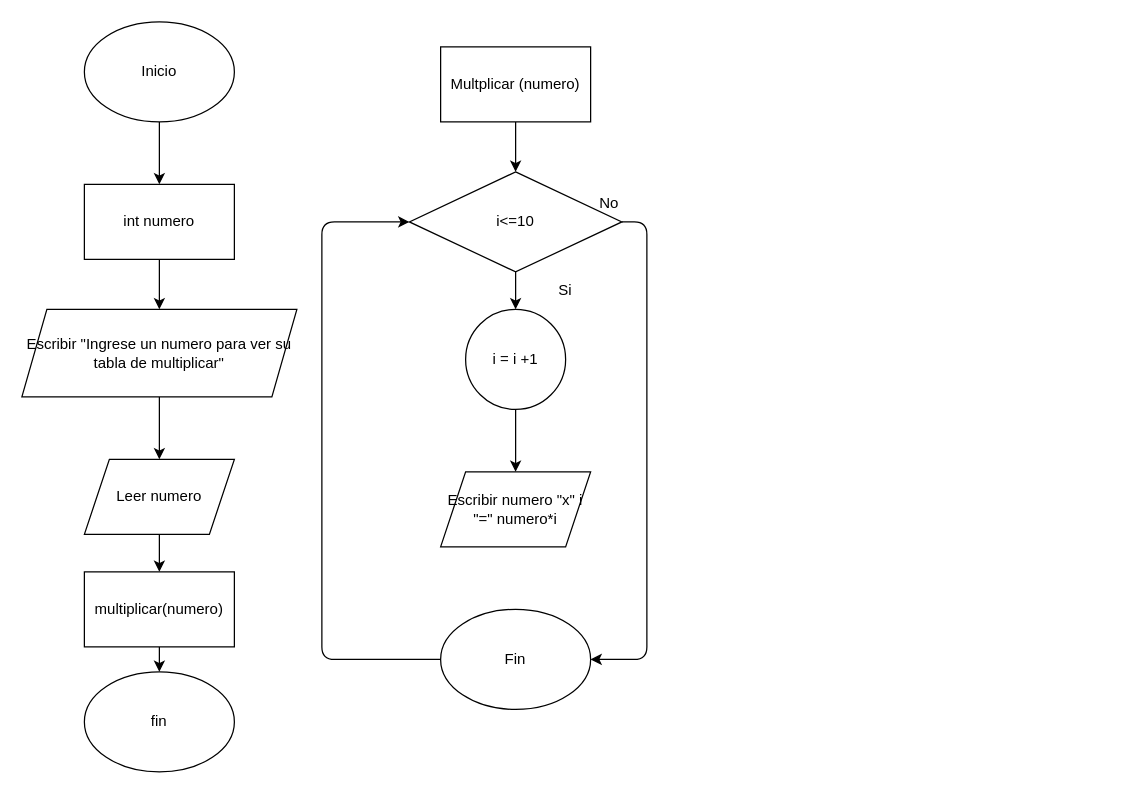
The draw.io diagram 1.Modelado_en_Orientado_a_Objetos/Paradigmas_Imperativos/Tablas_multiplicar/tablas.drawio in EmilioGomezBreschi/Poo_CUCEI, before the edit. Source tidied: cells renumbered, new cells numbered last; positions are measured from the earlier drawing's top-left corner, leaving out a move shared by most shapes. Both pictures are drawn from the tidied source at 125%, with x=0, y=0 at pixel (21, 21).
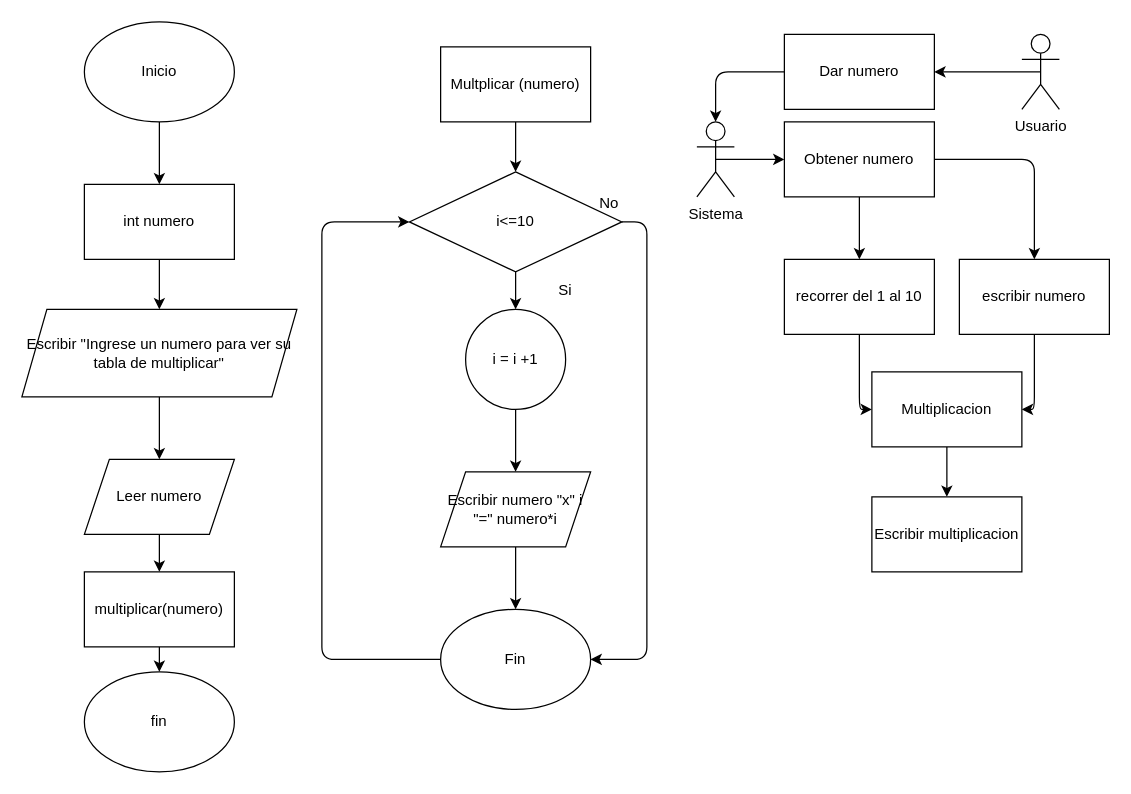
The same diagram, later.

The change refers to these unchanged cells:
```xml
<mxCell id="23" value="Fin" style="ellipse;whiteSpace=wrap;html=1;" parent="1" vertex="1">
  <mxGeometry x="335" y="470" width="120" height="80" as="geometry" />
</mxCell>
<mxCell id="24" value="Escribir numero &quot;x&quot; i &quot;=&quot; numero*i" style="shape=parallelogram;perimeter=parallelogramPerimeter;whiteSpace=wrap;html=1;fixedSize=1;" parent="1" vertex="1">
  <mxGeometry x="335" y="360" width="120" height="60" as="geometry" />
</mxCell>
```

What changed in the source:
```diff
@@
+    <mxCell id="25" style="edgeStyle=none;html=1;exitX=0.5;exitY=1;exitDx=0;exitDy=0;entryX=0.5;entryY=0;entryDx=0;entryDy=0;" parent="1" edge="1" source="24" target="23">
+      <mxGeometry relative="1" as="geometry" />
+    </mxCell>
@@
+    <mxCell id="26" style="edgeStyle=none;html=1;exitX=0.5;exitY=0.5;exitDx=0;exitDy=0;exitPerimeter=0;entryX=0;entryY=0.5;entryDx=0;entryDy=0;" parent="1" edge="1" source="27" target="30">
+      <mxGeometry relative="1" as="geometry" />
+    </mxCell>
+    <mxCell id="27" value="Sistema" style="shape=umlActor;verticalLabelPosition=bottom;verticalAlign=top;html=1;outlineConnect=0;" parent="1" vertex="1">
+      <mxGeometry x="540" y="80" width="30" height="60" as="geometry" />
+    </mxCell>
+    <mxCell id="28" style="edgeStyle=none;html=1;exitX=0.5;exitY=1;exitDx=0;exitDy=0;entryX=0.5;entryY=0;entryDx=0;entryDy=0;" parent="1" edge="1" source="30" target="32">
+      <mxGeometry relative="1" as="geometry" />
+    </mxCell>
+    <mxCell id="29" style="edgeStyle=none;html=1;exitX=1;exitY=0.5;exitDx=0;exitDy=0;entryX=0.5;entryY=0;entryDx=0;entryDy=0;" parent="1" edge="1" source="30" target="34">
+      <mxGeometry relative="1" as="geometry">
+        <Array as="points">
+          <mxPoint x="810" y="110" />
+        </Array>
+      </mxGeometry>
+    </mxCell>
+    <mxCell id="30" value="Obtener numero" style="rounded=0;whiteSpace=wrap;html=1;" parent="1" vertex="1">
+      <mxGeometry x="610" y="80" width="120" height="60" as="geometry" />
+    </mxCell>
+    <mxCell id="31" style="edgeStyle=none;html=1;exitX=0.5;exitY=1;exitDx=0;exitDy=0;entryX=0;entryY=0.5;entryDx=0;entryDy=0;" parent="1" edge="1" source="32" target="36">
+      <mxGeometry relative="1" as="geometry">
+        <Array as="points">
+          <mxPoint x="670" y="310" />
+        </Array>
+      </mxGeometry>
+    </mxCell>
+    <mxCell id="32" value="recorrer del 1 al 10" style="rounded=0;whiteSpace=wrap;html=1;" parent="1" vertex="1">
+      <mxGeometry x="610" y="190" width="120" height="60" as="geometry" />
+    </mxCell>
+    <mxCell id="33" style="edgeStyle=none;html=1;exitX=0.5;exitY=1;exitDx=0;exitDy=0;entryX=1;entryY=0.5;entryDx=0;entryDy=0;" parent="1" edge="1" source="34" target="36">
+      <mxGeometry relative="1" as="geometry">
+        <Array as="points">
+          <mxPoint x="810" y="310" />
+        </Array>
+      </mxGeometry>
+    </mxCell>
+    <mxCell id="34" value="escribir numero" style="rounded=0;whiteSpace=wrap;html=1;" parent="1" vertex="1">
+      <mxGeometry x="750" y="190" width="120" height="60" as="geometry" />
+    </mxCell>
+    <mxCell id="35" style="edgeStyle=none;html=1;exitX=0.5;exitY=1;exitDx=0;exitDy=0;entryX=0.5;entryY=0;entryDx=0;entryDy=0;" parent="1" edge="1" source="36" target="37">
+      <mxGeometry relative="1" as="geometry" />
+    </mxCell>
+    <mxCell id="36" value="Multiplicacion" style="rounded=0;whiteSpace=wrap;html=1;" parent="1" vertex="1">
+      <mxGeometry x="680" y="280" width="120" height="60" as="geometry" />
+    </mxCell>
+    <mxCell id="37" value="Escribir multiplicacion" style="rounded=0;whiteSpace=wrap;html=1;" parent="1" vertex="1">
+      <mxGeometry x="680" y="380" width="120" height="60" as="geometry" />
+    </mxCell>
+    <mxCell id="38" style="edgeStyle=none;html=1;exitX=0.5;exitY=0.5;exitDx=0;exitDy=0;exitPerimeter=0;entryX=1;entryY=0.5;entryDx=0;entryDy=0;" parent="1" edge="1" source="39" target="40">
+      <mxGeometry relative="1" as="geometry" />
+    </mxCell>
+    <mxCell id="39" value="Usuario" style="shape=umlActor;verticalLabelPosition=bottom;verticalAlign=top;html=1;outlineConnect=0;" parent="1" vertex="1">
+      <mxGeometry x="800" y="10" width="30" height="60" as="geometry" />
+    </mxCell>
+    <mxCell id="40" value="Dar numero" style="rounded=0;whiteSpace=wrap;html=1;" parent="1" vertex="1">
+      <mxGeometry x="610" y="10" width="120" height="60" as="geometry" />
+    </mxCell>
+    <mxCell id="41" style="edgeStyle=none;html=1;exitX=0;exitY=0.5;exitDx=0;exitDy=0;entryX=0.5;entryY=0;entryDx=0;entryDy=0;entryPerimeter=0;" parent="1" edge="1" source="40" target="27">
+      <mxGeometry relative="1" as="geometry">
+        <Array as="points">
+          <mxPoint x="555" y="40" />
+        </Array>
+      </mxGeometry>
+    </mxCell>
```
